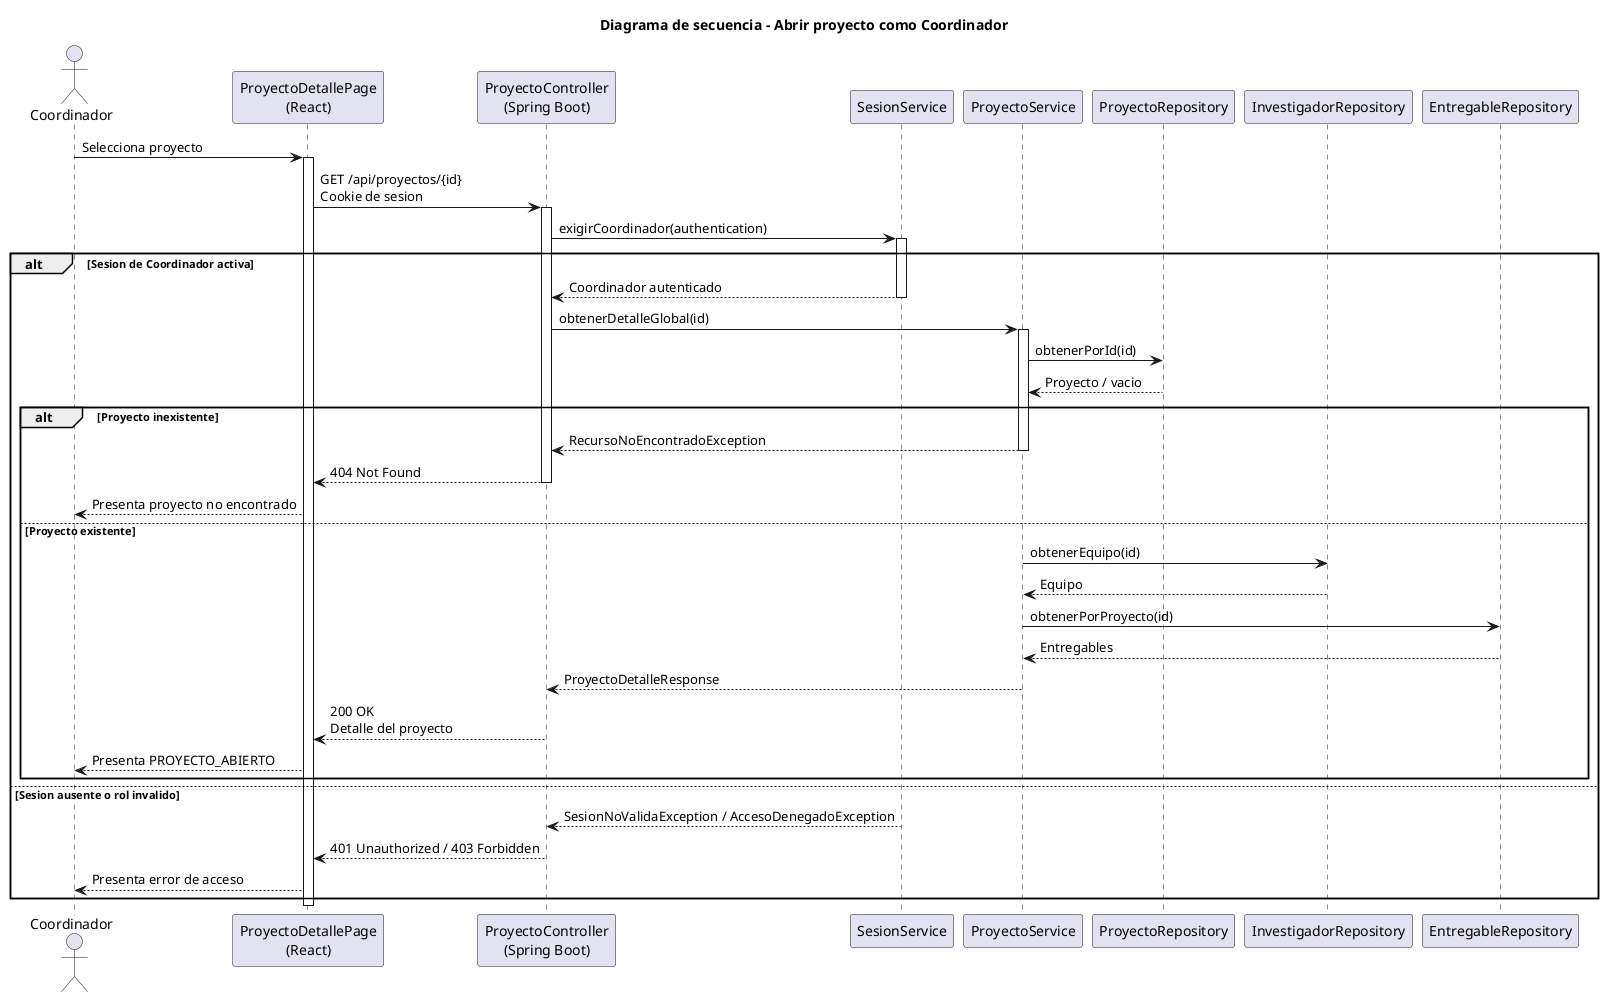
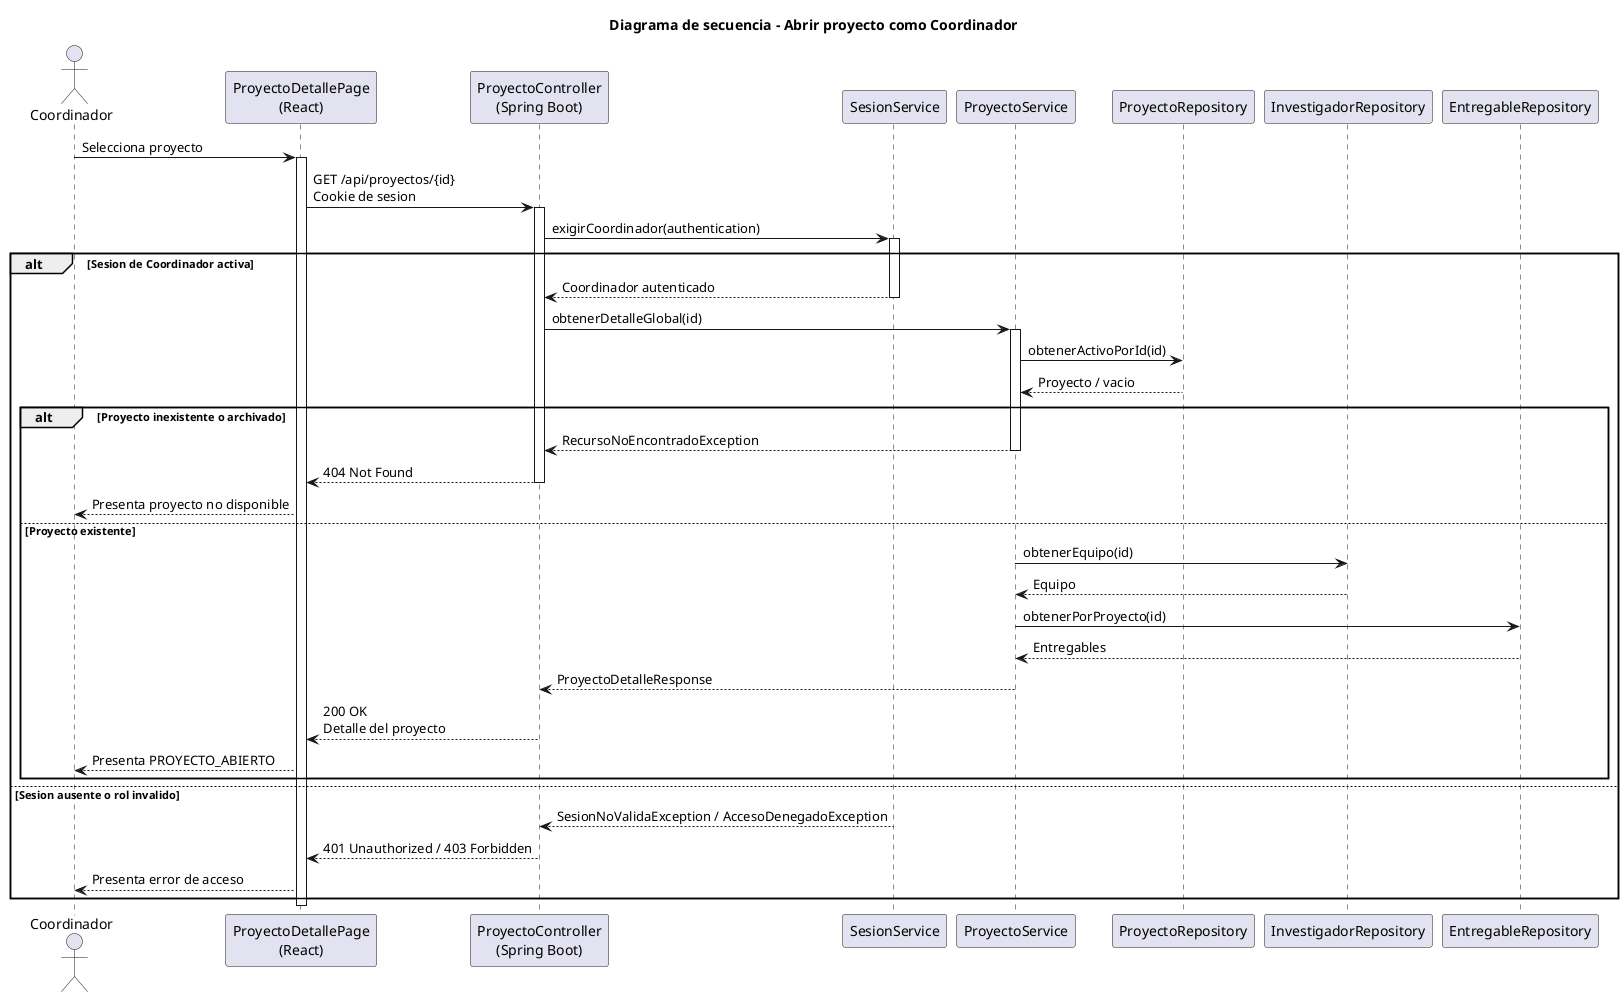
@startuml abrirProyecto-coordinador-diseno
title Diagrama de secuencia - Abrir proyecto como Coordinador

actor Coordinador
participant "ProyectoDetallePage\n(React)" as Frontend
participant "ProyectoController\n(Spring Boot)" as Api
participant "SesionService" as Sesion
participant "ProyectoService" as Service
participant "ProyectoRepository" as Repo
participant "InvestigadorRepository" as InvestigadorRepo
participant "EntregableRepository" as EntregableRepo

Coordinador -> Frontend: Selecciona proyecto
activate Frontend
Frontend -> Api: GET /api/proyectos/{id}\nCookie de sesion
activate Api
Api -> Sesion: exigirCoordinador(authentication)
activate Sesion
alt Sesion de Coordinador activa
    Sesion --> Api: Coordinador autenticado
    deactivate Sesion
    Api -> Service: obtenerDetalleGlobal(id)
    activate Service
-     Service -> Repo: obtenerPorId(id)
+     Service -> Repo: obtenerActivoPorId(id)
    Repo --> Service: Proyecto / vacio
-     alt Proyecto inexistente
+     alt Proyecto inexistente o archivado
        Service --> Api: RecursoNoEncontradoException
        deactivate Service
        Api --> Frontend: 404 Not Found
        deactivate Api
-         Frontend --> Coordinador: Presenta proyecto no encontrado
+         Frontend --> Coordinador: Presenta proyecto no disponible
    else Proyecto existente
        Service -> InvestigadorRepo: obtenerEquipo(id)
        InvestigadorRepo --> Service: Equipo
        Service -> EntregableRepo: obtenerPorProyecto(id)
        EntregableRepo --> Service: Entregables
        Service --> Api: ProyectoDetalleResponse
        deactivate Service
        Api --> Frontend: 200 OK\nDetalle del proyecto
        deactivate Api
        Frontend --> Coordinador: Presenta PROYECTO_ABIERTO
    end
else Sesion ausente o rol invalido
    Sesion --> Api: SesionNoValidaException / AccesoDenegadoException
    deactivate Sesion
    Api --> Frontend: 401 Unauthorized / 403 Forbidden
    deactivate Api
    Frontend --> Coordinador: Presenta error de acceso
end
deactivate Frontend
@enduml
